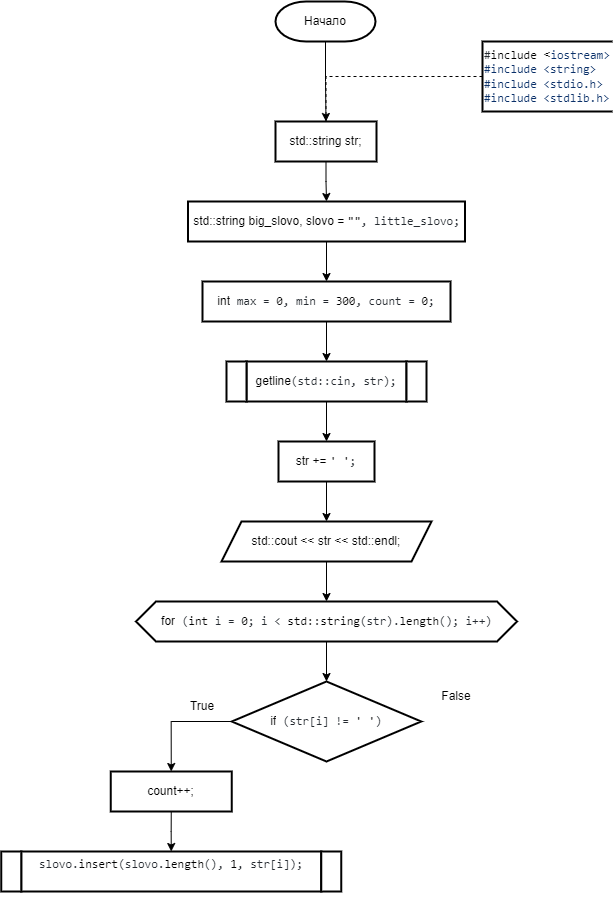
Above: 2 Семестр/Labs/6 Лаба/6 Лаба.png in IlyaFedoseev227/LABS-PNRPU-IVT-22-1b (draw.io), before the change. Source tidied: cells renumbered, new cells last; positions are measured from the earlier drawing's top-left corner, leaving out a move shared by most shapes.
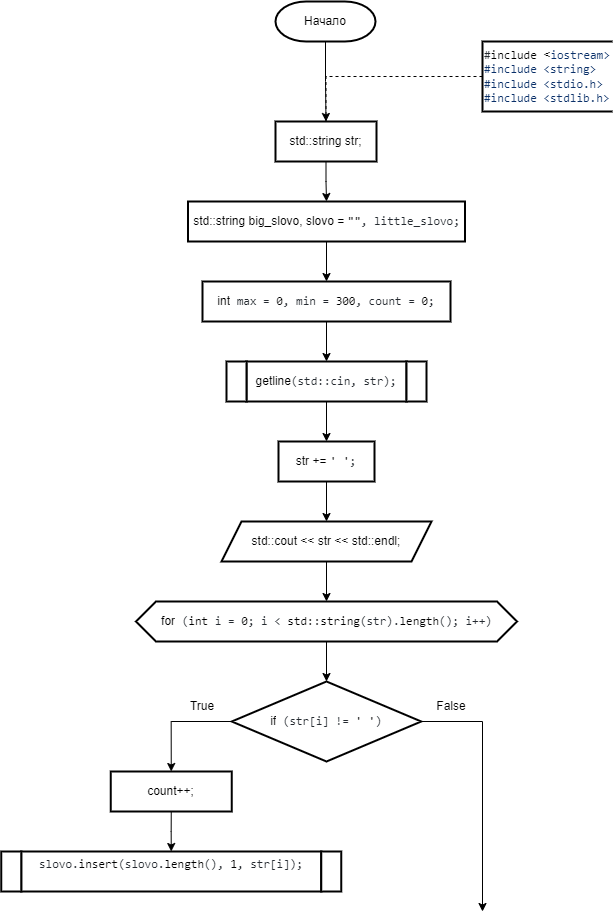
The same diagram one commit later.

Diff of the diagram source:
```diff
@@ -69,6 +69,11 @@
     <mxCell id="22" style="edgeStyle=orthogonalEdgeStyle;rounded=0;jettySize=auto;html=1;exitX=0;exitY=0.5;exitDx=0;exitDy=0;entryX=0.5;entryY=0;entryDx=0;entryDy=0;strokeWidth=1;endArrow=classic;endFill=1;" parent="1" edge="1" source="23" target="27">
       <mxGeometry relative="1" as="geometry" />
     </mxCell>
+    <mxCell id="31" style="edgeStyle=orthogonalEdgeStyle;rounded=0;jettySize=auto;html=1;exitX=1;exitY=0.5;exitDx=0;exitDy=0;strokeWidth=1;endArrow=classic;endFill=1;" parent="1" edge="1" source="23">
+      <mxGeometry relative="1" as="geometry">
+        <mxPoint x="481" y="910" as="targetPoint" />
+      </mxGeometry>
+    </mxCell>
     <mxCell id="23" value="&lt;div style=&quot;text-align: start;&quot;&gt;if&lt;span style=&quot;color: rgb(36, 41, 47); font-family: ui-monospace, SFMono-Regular, &amp;quot;SF Mono&amp;quot;, Menlo, Consolas, &amp;quot;Liberation Mono&amp;quot;, monospace; background-color: rgb(255, 255, 255);&quot;&gt; (str[i] != &lt;/span&gt;&lt;span style=&quot;box-sizing: border-box; color: var(--color-prettylights-syntax-string); font-family: ui-monospace, SFMono-Regular, &amp;quot;SF Mono&amp;quot;, Menlo, Consolas, &amp;quot;Liberation Mono&amp;quot;, monospace; background-color: rgb(255, 255, 255);&quot; class=&quot;pl-s&quot;&gt;&lt;span style=&quot;box-sizing: border-box; color: var(--color-prettylights-syntax-string);&quot; class=&quot;pl-pds&quot;&gt;'&lt;/span&gt; &lt;span style=&quot;box-sizing: border-box; color: var(--color-prettylights-syntax-string);&quot; class=&quot;pl-pds&quot;&gt;'&lt;/span&gt;&lt;/span&gt;&lt;span style=&quot;color: rgb(36, 41, 47); font-family: ui-monospace, SFMono-Regular, &amp;quot;SF Mono&amp;quot;, Menlo, Consolas, &amp;quot;Liberation Mono&amp;quot;, monospace; background-color: rgb(255, 255, 255);&quot;&gt;)&lt;/span&gt;&lt;br&gt;&lt;/div&gt;" style="rhombus;whiteSpace=wrap;html=1;strokeWidth=2;" parent="1" vertex="1">
       <mxGeometry x="230.2" y="680" width="189.5" height="80" as="geometry" />
     </mxCell>
@@ -76,7 +81,7 @@
       <mxGeometry x="171" y="690" width="60" height="30" as="geometry" />
     </mxCell>
     <mxCell id="25" value="False" style="text;html=1;strokeColor=none;fillColor=none;align=center;verticalAlign=middle;whiteSpace=wrap;rounded=0;strokeWidth=2;" parent="1" vertex="1">
-      <mxGeometry x="425" y="680" width="60" height="30" as="geometry" />
+      <mxGeometry x="419.8" y="690" width="60" height="30" as="geometry" />
     </mxCell>
     <mxCell id="26" style="edgeStyle=orthogonalEdgeStyle;rounded=0;jettySize=auto;html=1;exitX=0.5;exitY=1;exitDx=0;exitDy=0;entryX=0.5;entryY=0;entryDx=0;entryDy=0;strokeWidth=1;endArrow=classic;endFill=1;" parent="1" edge="1" source="27" target="28">
       <mxGeometry relative="1" as="geometry" />
```
